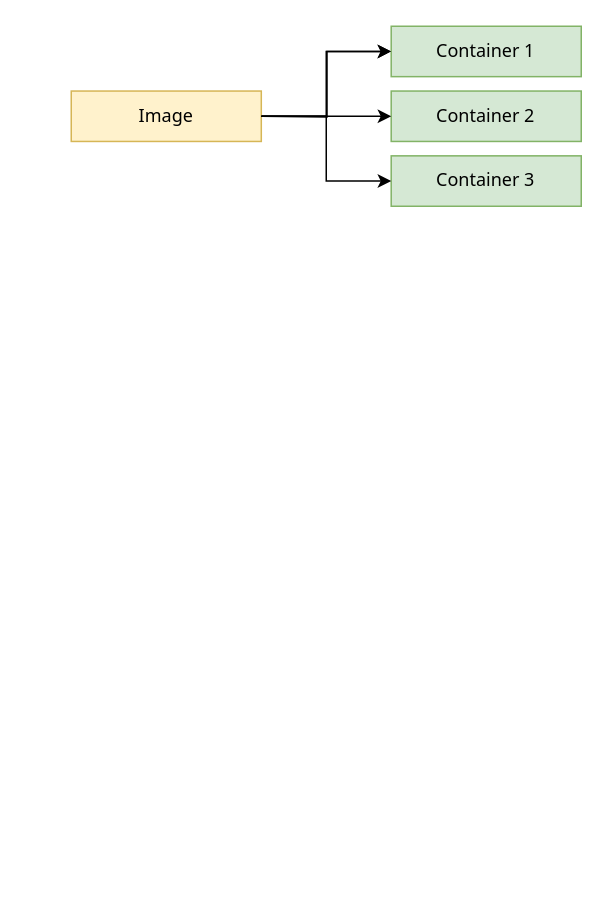
Above: page "General" (1 of 2) of resources/docker.drawio in gauthamchettiar/notes (draw.io), before the change. Source tidied: cells renumbered, new cells numbered last; positions are measured from the earlier drawing's top-left corner, leaving out a move shared by most shapes. Both pictures are drawn from the tidied source at 150%, with x=0, y=0 at pixel (70, 26).
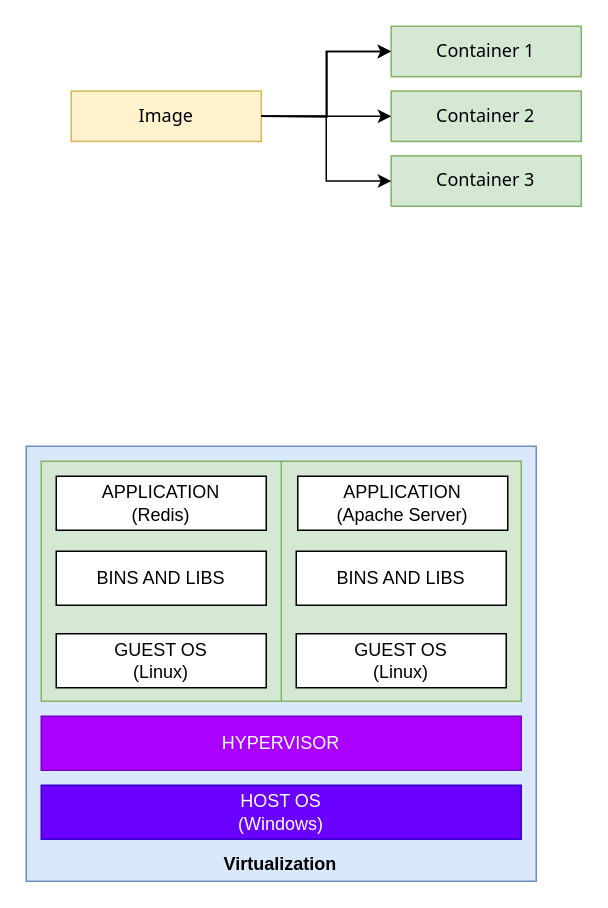
After the change.

Commit message:
added virtualization diagram

What changed in the source:
```diff
@@
+    <mxCell id="12" style="rounded=0;whiteSpace=wrap;html=1;fillColor=#dae8fc;strokeColor=#6c8ebf;" parent="1" vertex="1">
+      <mxGeometry x="-30" y="280" width="340" height="290" as="geometry" />
+    </mxCell>
+    <mxCell id="13" style="rounded=0;whiteSpace=wrap;html=1;fillColor=#d5e8d4;strokeColor=#82b366;" parent="1" vertex="1">
+      <mxGeometry x="140" y="290" width="160" height="160" as="geometry" />
+    </mxCell>
+    <mxCell id="14" style="rounded=0;whiteSpace=wrap;html=1;fillColor=#d5e8d4;strokeColor=#82b366;" parent="1" vertex="1">
+      <mxGeometry x="-20" y="290" width="160" height="160" as="geometry" />
+    </mxCell>
@@
+    <mxCell id="15" value="&lt;div&gt;HOST OS&lt;/div&gt;(Windows)" style="rounded=0;whiteSpace=wrap;html=1;fillColor=#6a00ff;strokeColor=#3700CC;fontColor=#ffffff;" parent="1" vertex="1">
+      <mxGeometry x="-20" y="506" width="320" height="36" as="geometry" />
+    </mxCell>
+    <mxCell id="16" value="&lt;div&gt;GUEST OS&lt;/div&gt;(Linux)" style="rounded=0;whiteSpace=wrap;html=1;" parent="1" vertex="1">
+      <mxGeometry x="-10" y="405" width="140" height="36" as="geometry" />
+    </mxCell>
+    <mxCell id="17" value="HYPERVISOR" style="rounded=0;whiteSpace=wrap;html=1;fillColor=#aa00ff;strokeColor=#7700CC;fontColor=#ffffff;" parent="1" vertex="1">
+      <mxGeometry x="-20" y="460" width="320" height="36" as="geometry" />
+    </mxCell>
+    <mxCell id="18" value="BINS AND LIBS" style="rounded=0;whiteSpace=wrap;html=1;" parent="1" vertex="1">
+      <mxGeometry x="-10" y="350" width="140" height="36" as="geometry" />
+    </mxCell>
+    <mxCell id="19" value="&lt;div&gt;APPLICATION&lt;/div&gt;&lt;div&gt;(Redis)&lt;br&gt;&lt;/div&gt;" style="rounded=0;whiteSpace=wrap;html=1;" parent="1" vertex="1">
+      <mxGeometry x="-10" y="300" width="140" height="36" as="geometry" />
+    </mxCell>
+    <mxCell id="20" value="&lt;div&gt;GUEST OS&lt;/div&gt;(Linux)" style="rounded=0;whiteSpace=wrap;html=1;" parent="1" vertex="1">
+      <mxGeometry x="150" y="405" width="140" height="36" as="geometry" />
+    </mxCell>
+    <mxCell id="21" value="BINS AND LIBS" style="rounded=0;whiteSpace=wrap;html=1;" parent="1" vertex="1">
+      <mxGeometry x="150" y="350" width="140" height="36" as="geometry" />
+    </mxCell>
+    <mxCell id="22" value="&lt;div&gt;APPLICATION&lt;/div&gt;&lt;div&gt;(Apache Server)&lt;/div&gt;" style="rounded=0;whiteSpace=wrap;html=1;" parent="1" vertex="1">
+      <mxGeometry x="151" y="300" width="140" height="36" as="geometry" />
+    </mxCell>
+    <mxCell id="23" value="&lt;div&gt;Virtualization&lt;/div&gt;" style="text;html=1;align=left;verticalAlign=top;spacingTop=-4;fontStyle=1;" parent="1" vertex="1">
+      <mxGeometry x="100" y="549" width="80" height="20" as="geometry" />
+    </mxCell>
```
